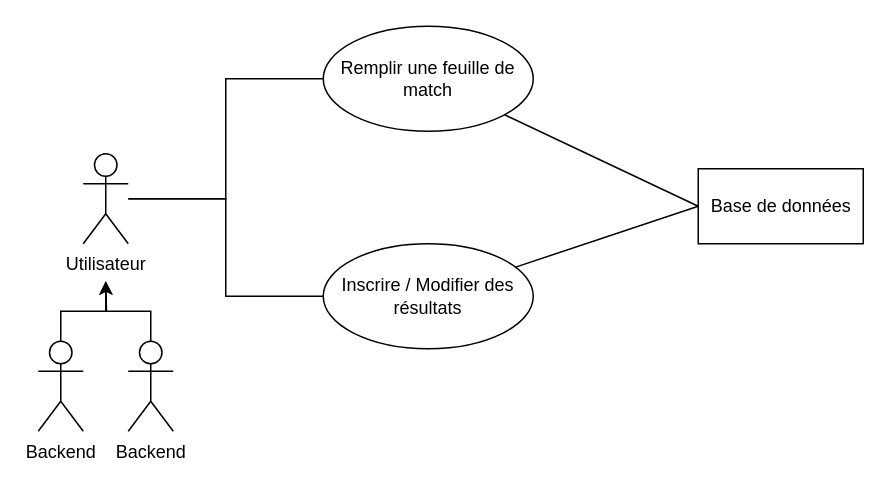
Before: Analyse/Images/Use Cases/Use Cases MM.drawio in Ohensmans/FifaManagerEphec, a draw.io diagram. Source tidied: cells renumbered, new cells numbered last; positions are measured from the earlier drawing's top-left corner, leaving out a move shared by most shapes. Both pictures are drawn from the tidied source at 150%, with x=0, y=0 at pixel (38, 26).
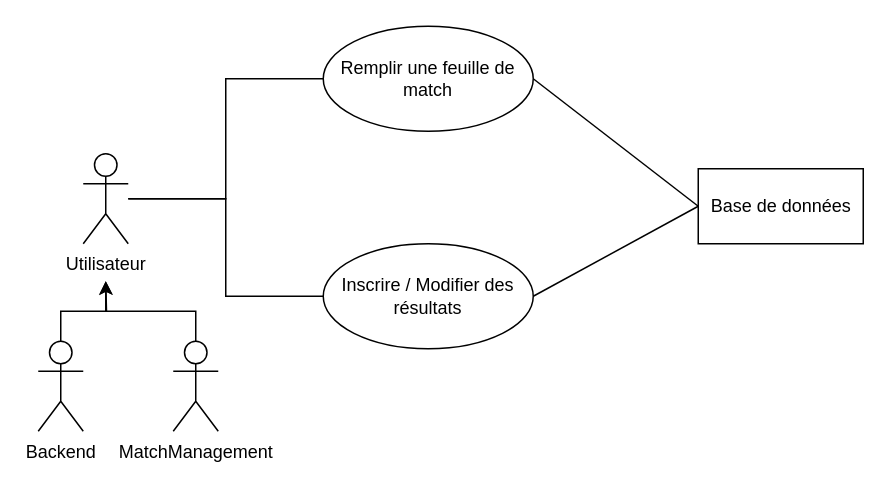
Above is the later version.

Change to the diagram source:
```diff
@@
 <mxGraphModel>
   <root>
     <mxCell id="0" />
     <mxCell id="1" parent="0" />
     <mxCell id="2" style="edgeStyle=orthogonalEdgeStyle;rounded=0;jettySize=auto;html=1;entryX=0;entryY=0.5;entryDx=0;entryDy=0;endArrow=none;endFill=0;" parent="1" edge="1" source="4" target="8">
       <mxGeometry relative="1" as="geometry" />
     </mxCell>
     <mxCell id="3" style="edgeStyle=orthogonalEdgeStyle;rounded=0;jettySize=auto;html=1;entryX=0;entryY=0.5;entryDx=0;entryDy=0;endArrow=none;endFill=0;" parent="1" edge="1" source="4" target="10">
       <mxGeometry relative="1" as="geometry" />
     </mxCell>
     <mxCell id="4" value="Utilisateur" style="shape=umlActor;verticalLabelPosition=bottom;labelBackgroundColor=#ffffff;verticalAlign=top;html=1;" parent="1" vertex="1">
       <mxGeometry x="30" y="85" width="30" height="60" as="geometry" />
     </mxCell>
     <mxCell id="5" style="edgeStyle=orthogonalEdgeStyle;rounded=0;jettySize=auto;html=1;exitX=0.5;exitY=0;exitDx=0;exitDy=0;exitPerimeter=0;" parent="1" edge="1" source="6">
       <mxGeometry relative="1" as="geometry">
         <mxPoint x="45" y="170" as="targetPoint" />
       </mxGeometry>
     </mxCell>
     <mxCell id="6" value="Backend" style="shape=umlActor;verticalLabelPosition=bottom;labelBackgroundColor=#ffffff;verticalAlign=top;html=1;" parent="1" vertex="1">
       <mxGeometry y="210" width="30" height="60" as="geometry" />
     </mxCell>
-    <mxCell id="7" style="edgeStyle=none;rounded=0;jettySize=auto;html=1;entryX=0;entryY=0.5;entryDx=0;entryDy=0;endArrow=none;endFill=0;" parent="1" edge="1" source="8" target="11">
+    <mxCell id="7" style="edgeStyle=none;rounded=0;jettySize=auto;html=1;entryX=0;entryY=0.5;entryDx=0;entryDy=0;endArrow=none;endFill=0;exitX=1;exitY=0.5;exitDx=0;exitDy=0;" parent="1" edge="1" source="8" target="11">
       <mxGeometry relative="1" as="geometry" />
     </mxCell>
     <mxCell id="8" value="Remplir une feuille de match" style="ellipse;whiteSpace=wrap;html=1;" parent="1" vertex="1">
       <mxGeometry x="190" width="140" height="70" as="geometry" />
     </mxCell>
-    <mxCell id="9" style="edgeStyle=none;rounded=0;jettySize=auto;html=1;entryX=0;entryY=0.5;entryDx=0;entryDy=0;endArrow=none;endFill=0;" parent="1" edge="1" source="10" target="11">
+    <mxCell id="9" style="edgeStyle=none;rounded=0;jettySize=auto;html=1;entryX=0;entryY=0.5;entryDx=0;entryDy=0;endArrow=none;endFill=0;exitX=1;exitY=0.5;exitDx=0;exitDy=0;" parent="1" edge="1" source="10" target="11">
       <mxGeometry relative="1" as="geometry" />
     </mxCell>
     <mxCell id="10" value="Inscrire / Modifier des résultats" style="ellipse;whiteSpace=wrap;html=1;" parent="1" vertex="1">
       <mxGeometry x="190" y="145" width="140" height="70" as="geometry" />
     </mxCell>
     <mxCell id="11" value="Base de données" style="html=1;" parent="1" vertex="1">
       <mxGeometry x="440" y="95" width="110" height="50" as="geometry" />
     </mxCell>
     <mxCell id="12" style="edgeStyle=orthogonalEdgeStyle;rounded=0;jettySize=auto;html=1;endArrow=classic;endFill=1;exitX=0.5;exitY=0;exitDx=0;exitDy=0;exitPerimeter=0;" parent="1" edge="1" source="13">
       <mxGeometry relative="1" as="geometry">
         <mxPoint x="45" y="170" as="targetPoint" />
         <Array as="points">
-          <mxPoint x="75" y="190" />
+          <mxPoint x="105" y="190" />
           <mxPoint x="45" y="190" />
         </Array>
       </mxGeometry>
     </mxCell>
-    <mxCell id="13" value="Backend" style="shape=umlActor;verticalLabelPosition=bottom;labelBackgroundColor=#ffffff;verticalAlign=top;html=1;" parent="1" vertex="1">
-      <mxGeometry x="60" y="210" width="30" height="60" as="geometry" />
+    <mxCell id="13" value="MatchManagement" style="shape=umlActor;verticalLabelPosition=bottom;labelBackgroundColor=#ffffff;verticalAlign=top;html=1;" parent="1" vertex="1">
+      <mxGeometry x="90" y="210" width="30" height="60" as="geometry" />
     </mxCell>
   </root>
 </mxGraphModel>
```
